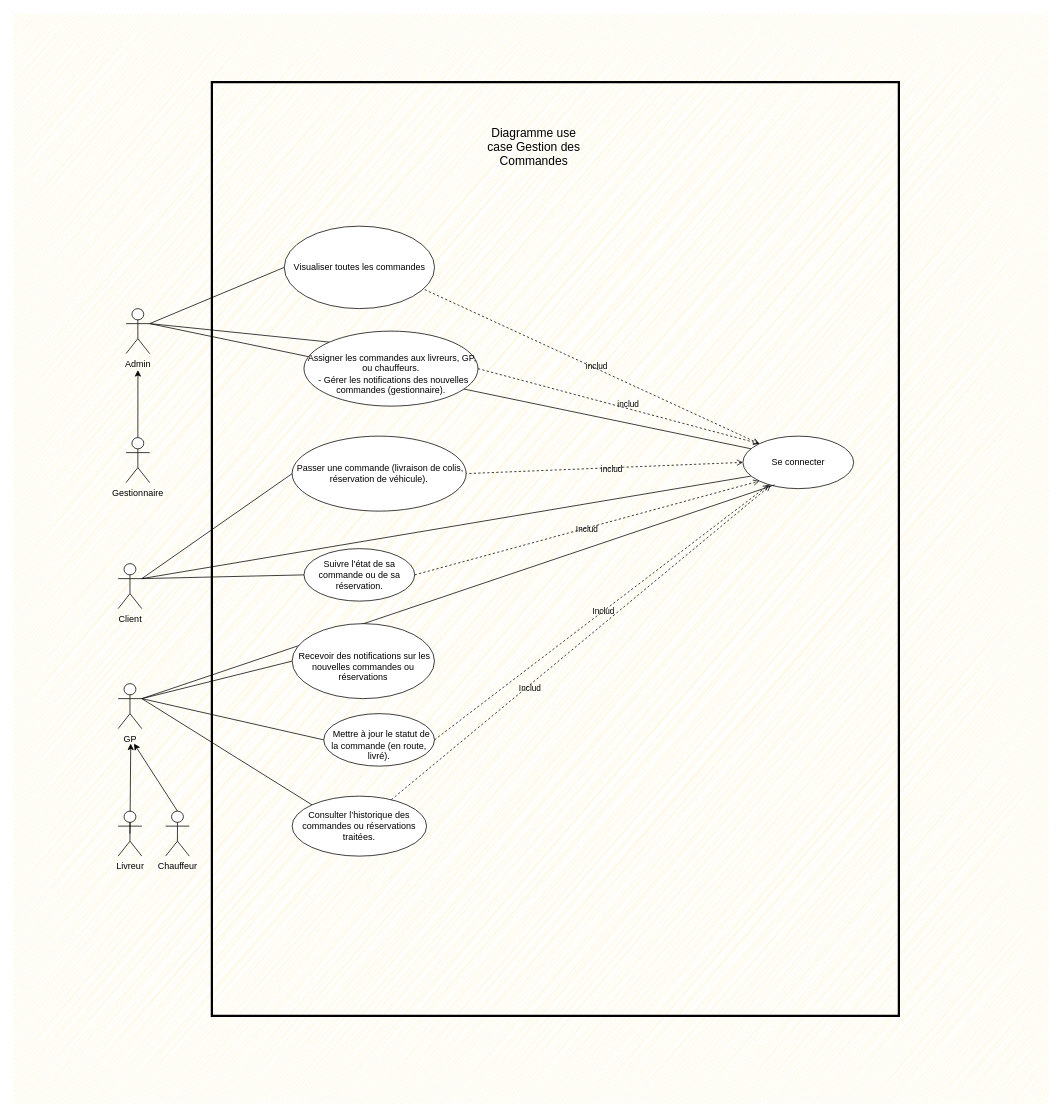
This is page "Diagramme use case Gestion des Commandes" (3 of 6) of Diagramme sans nom.drawio from BounAbdallah/tuto, a draw.io file, before an edit. Source tidied: cells renumbered, new cells numbered last; positions are measured from the earlier drawing's top-left corner, leaving out a move shared by most shapes. Both pictures are drawn from the tidied source at 75%, with x=0, y=0 at pixel (13, 13).
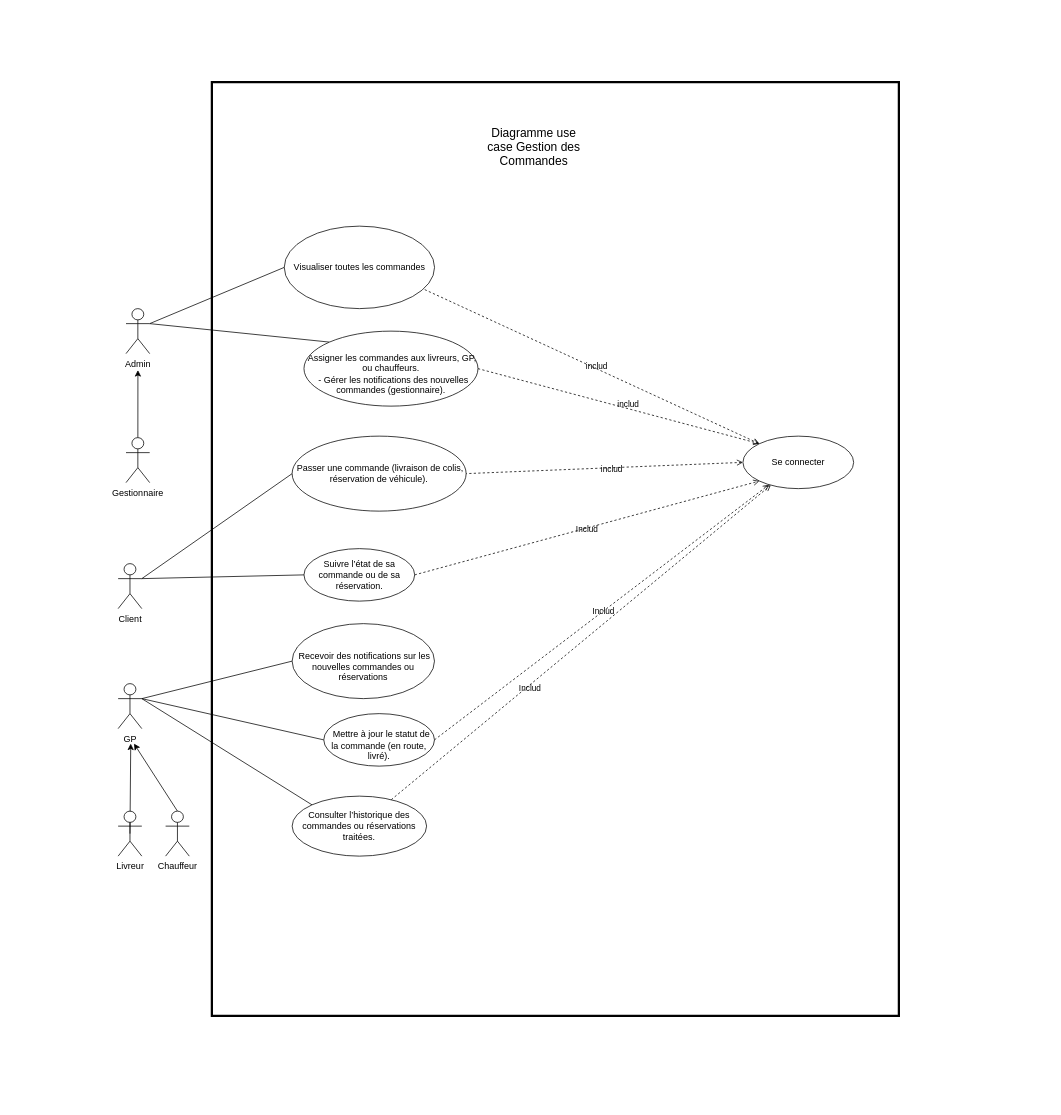
The same diagram, later.

Unchanged cells that the change refers to:
```xml
<mxCell id="2" style="group;" parent="1" vertex="1">
  <mxGeometry width="1380" height="1453" as="geometry" />
</mxCell>
<mxCell id="10" value="Se connecter" style="ellipse;whiteSpace=wrap;html=1;" parent="2" vertex="1">
  <mxGeometry x="973.1" y="564" width="147.6" height="70" as="geometry" />
</mxCell>
<mxCell id="25" value="Client" style="shape=umlActor;html=1;verticalLabelPosition=bottom;verticalAlign=top;align=center;" parent="2" vertex="1">
  <mxGeometry x="140" y="734" width="31.6" height="60" as="geometry" />
</mxCell>
<mxCell id="29" value="GP" style="shape=umlActor;html=1;verticalLabelPosition=bottom;verticalAlign=top;align=center;" parent="2" vertex="1">
  <mxGeometry x="140" y="894" width="31.6" height="60" as="geometry" />
</mxCell>
```

The edit, as a diff of the source:
```diff
@@
-    <mxCell id="3" style="group;fillColor=#fff2cc;strokeColor=none;sketch=1;curveFitting=1;jiggle=2;" parent="2" vertex="1">
+    <mxCell id="3" style="group;fillColor=none;strokeColor=none;" parent="2" vertex="1">
       <mxGeometry width="1380" height="1453" as="geometry" />
     </mxCell>
@@
-    <mxCell id="9" style="rounded=0;jettySize=auto;html=1;exitX=0.072;exitY=0.241;exitDx=0;exitDy=0;endArrow=none;endFill=0;exitPerimeter=0;" parent="2" edge="1" source="10">
-      <mxGeometry relative="1" as="geometry">
-        <mxPoint x="182.2" y="414" as="targetPoint" />
-      </mxGeometry>
-    </mxCell>
@@
-    <mxCell id="33" style="rounded=0;jettySize=auto;html=1;exitX=1;exitY=0.3333333333333333;exitDx=0;exitDy=0;exitPerimeter=0;endArrow=none;endFill=0;entryX=0.071;entryY=0.762;entryDx=0;entryDy=0;entryPerimeter=0;" parent="2" edge="1" source="25" target="10">
-      <mxGeometry relative="1" as="geometry" />
-    </mxCell>
-    <mxCell id="34" style="rounded=0;jettySize=auto;html=1;exitX=1;exitY=0.3333333333333333;exitDx=0;exitDy=0;exitPerimeter=0;entryX=0.286;entryY=0.929;entryDx=0;entryDy=0;entryPerimeter=0;endArrow=none;endFill=0;" parent="2" edge="1" source="29" target="10">
-      <mxGeometry relative="1" as="geometry" />
-    </mxCell>
```
